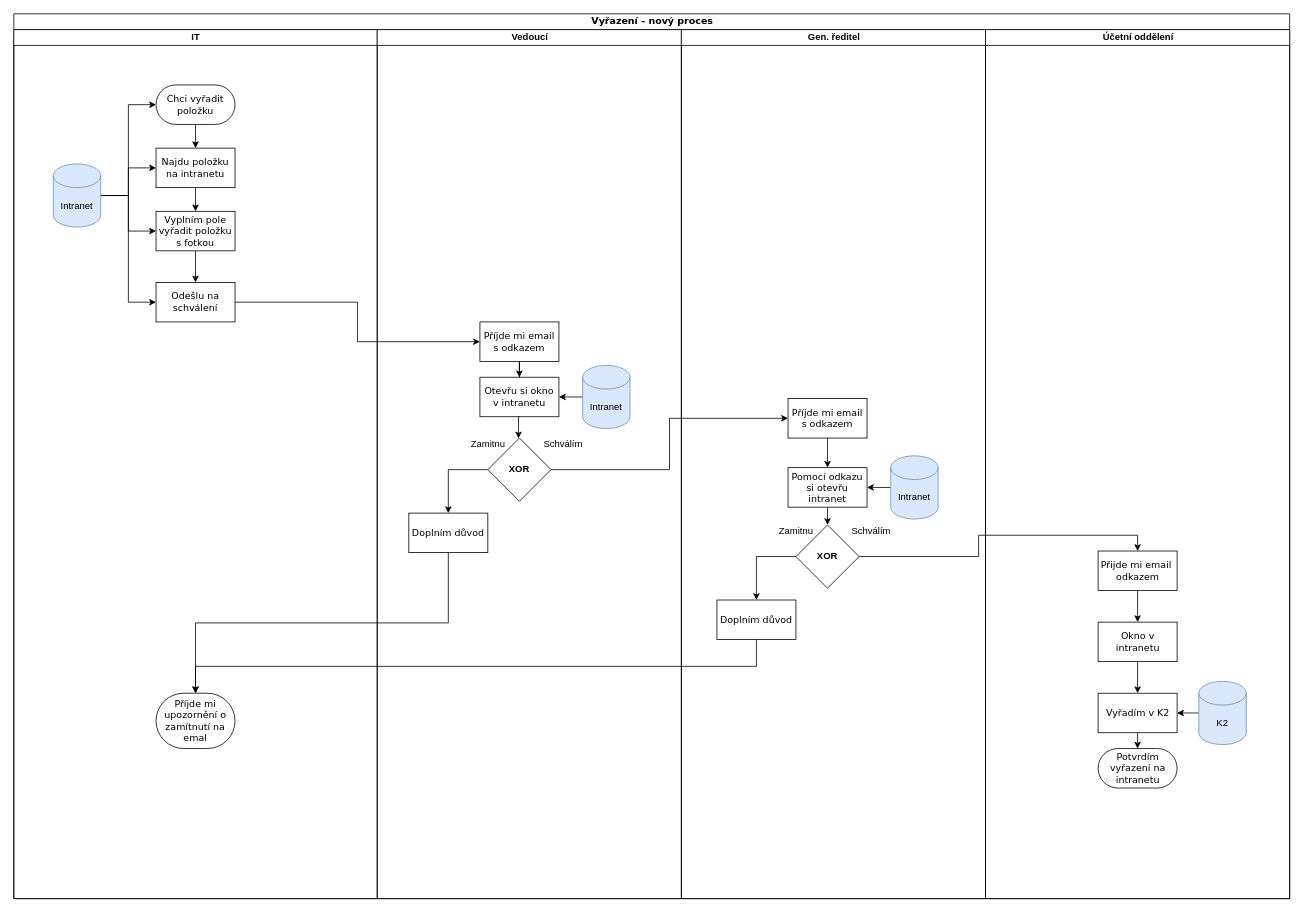
The draw.io diagram page "Vyřazení - new 0.0.2" (2 of 14) of UML - Inventar.drawio in horeckyj/drawio, before the edit. Source tidied: cells renumbered, new cells numbered last; positions are measured from the earlier drawing's top-left corner, leaving out a move shared by most shapes. Both pictures are drawn from the tidied source at 79%, with x=0, y=0 at pixel (13, 13).
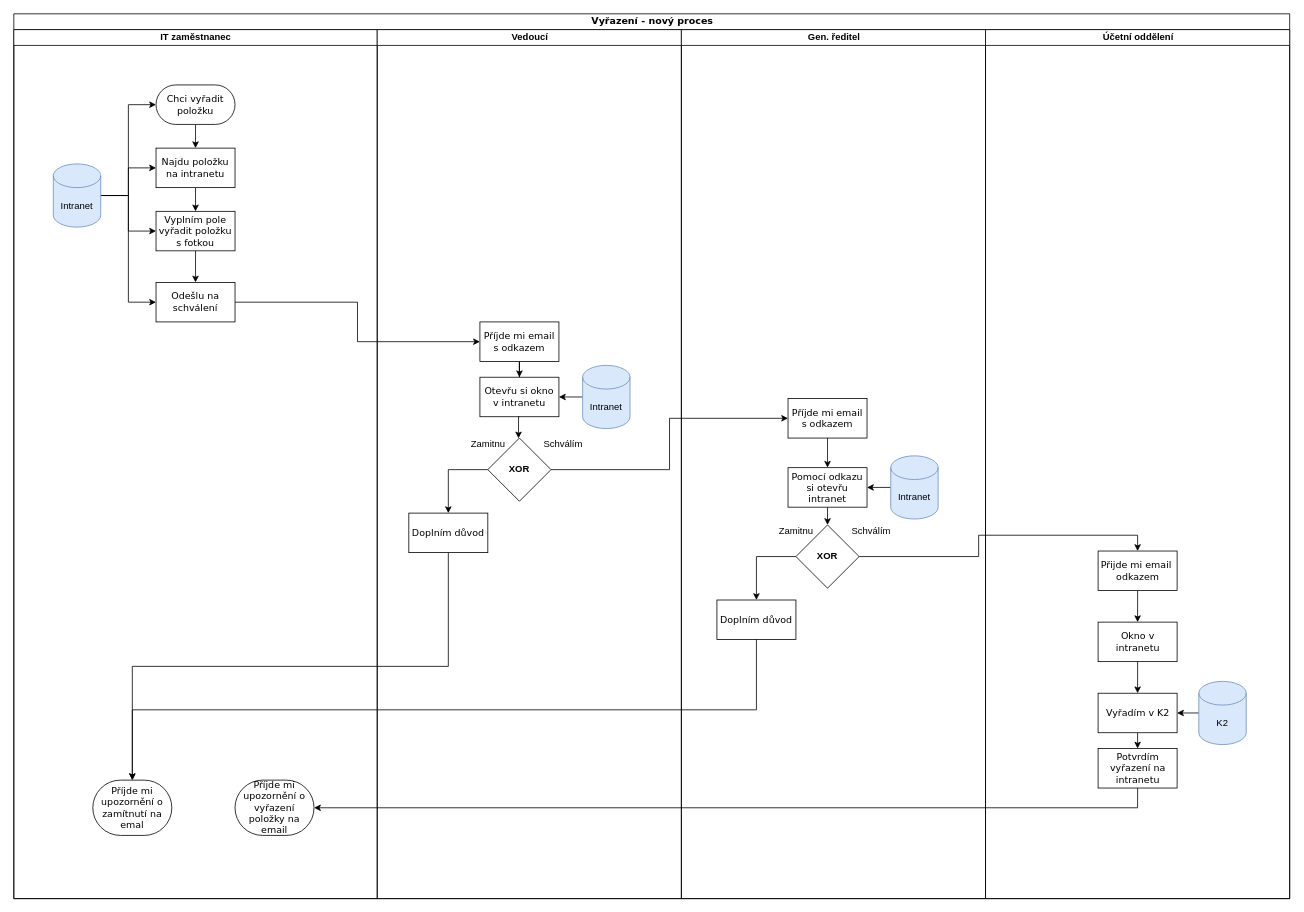
After the change.

The change refers to these unchanged cells:
```xml
<mxCell id="2" value="Vyřazení - nový proces" style="swimlane;html=1;startSize=20;rounded=0;shadow=0;comic=0;labelBackgroundColor=none;strokeWidth=1;fontFamily=Verdana;fontSize=12;align=center;" parent="1" vertex="1">
  <mxGeometry width="1615" height="1120" as="geometry" />
</mxCell>
<mxCell id="46" value="Účetní oddělení" style="swimlane;html=1;startSize=20;" parent="2" vertex="1">
  <mxGeometry x="1230" y="20" width="385" height="1100" as="geometry" />
</mxCell>
```

What changed in the source:
```diff
@@
-    <mxCell id="3" value="IT" style="swimlane;html=1;startSize=20;" parent="2" vertex="1">
+    <mxCell id="3" value="IT zaměstnanec" style="swimlane;html=1;startSize=20;" parent="2" vertex="1">
       <mxGeometry y="20" width="460" height="1100" as="geometry" />
     </mxCell>
@@
     <mxCell id="11" value="Příjde mi upozornění o zamítnutí na emal" style="rounded=1;whiteSpace=wrap;html=1;shadow=0;comic=0;labelBackgroundColor=none;strokeWidth=1;fontFamily=Verdana;fontSize=12;align=center;arcSize=50;" parent="3" vertex="1">
-      <mxGeometry x="180" y="840" width="100" height="70" as="geometry" />
+      <mxGeometry x="100" y="950" width="100" height="70" as="geometry" />
     </mxCell>
@@
+    <mxCell id="56" value="Příjde mi upozornění o vyřazení položky na email" style="rounded=1;whiteSpace=wrap;html=1;shadow=0;comic=0;labelBackgroundColor=none;strokeWidth=1;fontFamily=Verdana;fontSize=12;align=center;arcSize=50;" parent="3" vertex="1">
+      <mxGeometry x="280" y="950" width="100" height="70" as="geometry" />
+    </mxCell>
@@
-    <mxCell id="51" value="Potvrdím vyřazení na intranetu" style="rounded=1;whiteSpace=wrap;html=1;shadow=0;comic=0;labelBackgroundColor=none;strokeWidth=1;fontFamily=Verdana;fontSize=12;align=center;arcSize=50;" parent="46" vertex="1">
+    <mxCell id="51" value="Potvrdím vyřazení na intranetu" style="rounded=0;whiteSpace=wrap;html=1;shadow=0;comic=0;labelBackgroundColor=none;strokeWidth=1;fontFamily=Verdana;fontSize=12;align=center;arcSize=50;" parent="46" vertex="1">
       <mxGeometry x="142.5" y="910" width="100" height="50" as="geometry" />
     </mxCell>
@@
+    <mxCell id="57" style="edgeStyle=orthogonalEdgeStyle;rounded=0;jettySize=auto;html=1;exitX=0.5;exitY=1;exitDx=0;exitDy=0;entryX=1;entryY=0.5;entryDx=0;entryDy=0;" parent="2" edge="1" source="51" target="56">
+      <mxGeometry relative="1" as="geometry" />
+    </mxCell>
```
